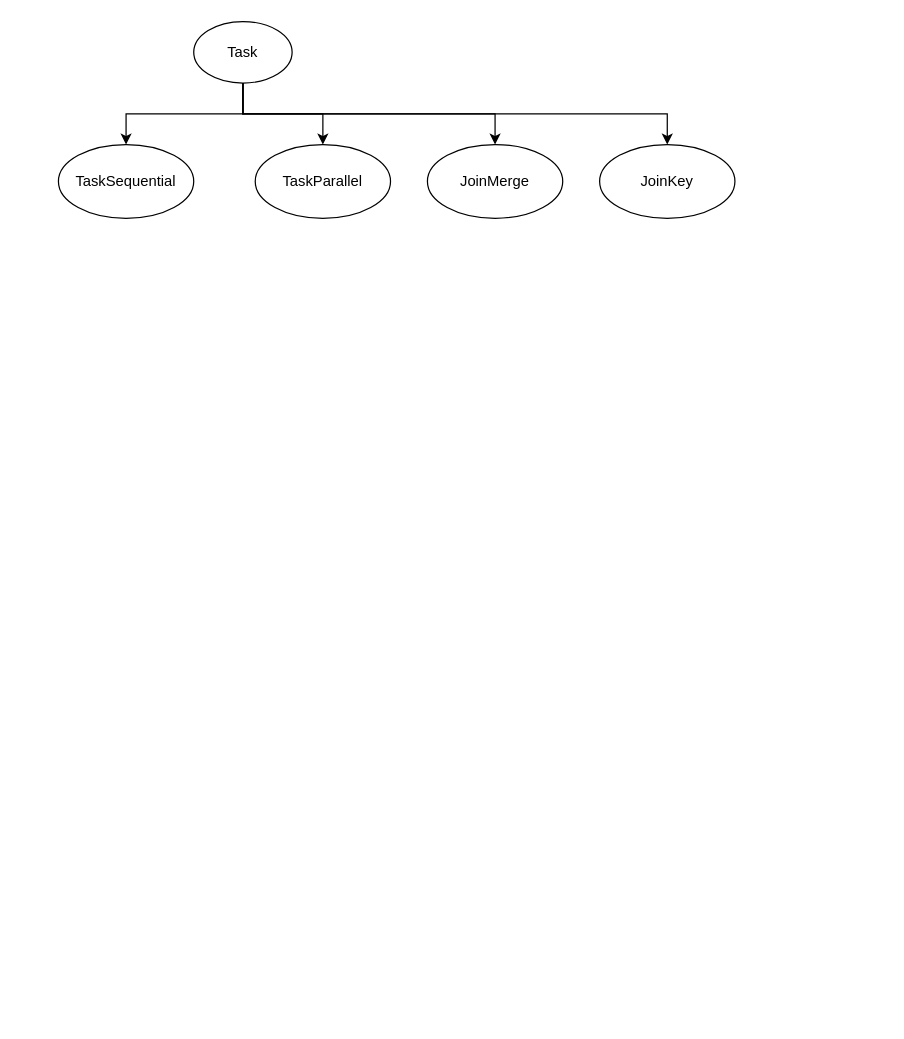
zhufuyin/draw keeps this draw.io diagram as qlbridge.drawio. Above is the earlier version. Source tidied: cells renumbered, new cells numbered last; positions are measured from the earlier drawing's top-left corner, leaving out a move shared by most shapes. Both pictures are drawn from the tidied source at 123%, with x=0, y=0 at pixel (58, 21).
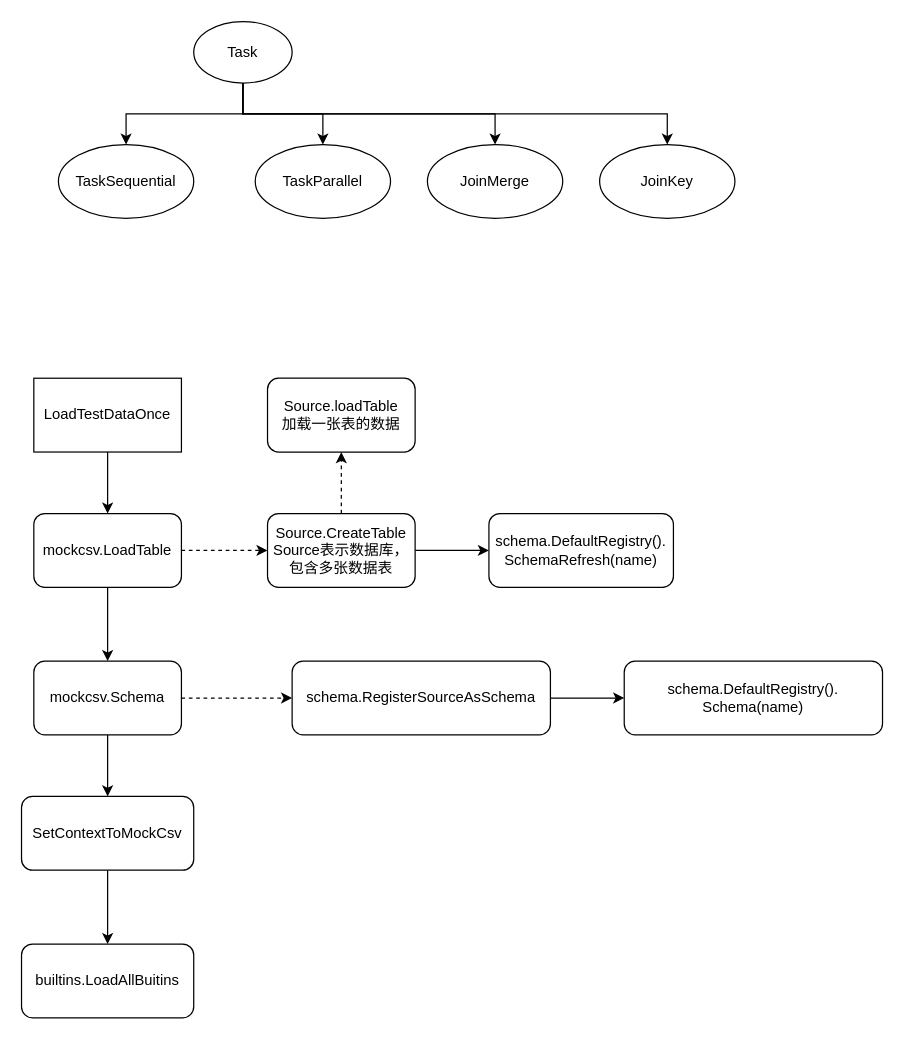
After the change.

Diff of the diagram source:
```diff
@@
+    <mxCell id="11" style="edgeStyle=orthogonalEdgeStyle;rounded=0;jettySize=auto;html=1;exitX=0.5;exitY=1;exitDx=0;exitDy=0;entryX=0.5;entryY=0;entryDx=0;entryDy=0;" parent="1" edge="1" source="12" target="15">
+      <mxGeometry relative="1" as="geometry" />
+    </mxCell>
+    <mxCell id="12" value="LoadTestDataOnce" style="rounded=0;whiteSpace=wrap;html=1;" parent="1" vertex="1">
+      <mxGeometry x="-20" y="290" width="120" height="60" as="geometry" />
+    </mxCell>
+    <mxCell id="13" style="edgeStyle=orthogonalEdgeStyle;rounded=0;jettySize=auto;html=1;exitX=0.5;exitY=1;exitDx=0;exitDy=0;entryX=0.5;entryY=0;entryDx=0;entryDy=0;" parent="1" edge="1" source="15" target="18">
+      <mxGeometry relative="1" as="geometry" />
+    </mxCell>
+    <mxCell id="14" style="edgeStyle=orthogonalEdgeStyle;rounded=0;jettySize=auto;html=1;exitX=1;exitY=0.5;exitDx=0;exitDy=0;entryX=0;entryY=0.5;entryDx=0;entryDy=0;dashed=1;" parent="1" edge="1" source="15" target="27">
+      <mxGeometry relative="1" as="geometry" />
+    </mxCell>
+    <mxCell id="15" value="mockcsv.LoadTable" style="rounded=1;whiteSpace=wrap;html=1;" parent="1" vertex="1">
+      <mxGeometry x="-20" y="400" width="120" height="60" as="geometry" />
+    </mxCell>
+    <mxCell id="16" style="edgeStyle=orthogonalEdgeStyle;rounded=0;jettySize=auto;html=1;exitX=0.5;exitY=1;exitDx=0;exitDy=0;entryX=0.5;entryY=0;entryDx=0;entryDy=0;" parent="1" edge="1" source="18" target="20">
+      <mxGeometry relative="1" as="geometry" />
+    </mxCell>
+    <mxCell id="17" style="edgeStyle=orthogonalEdgeStyle;rounded=0;jettySize=auto;html=1;exitX=1;exitY=0.5;exitDx=0;exitDy=0;entryX=0;entryY=0.5;entryDx=0;entryDy=0;dashed=1;" parent="1" edge="1" source="18" target="23">
+      <mxGeometry relative="1" as="geometry" />
+    </mxCell>
+    <mxCell id="18" value="mockcsv.Schema" style="rounded=1;whiteSpace=wrap;html=1;" parent="1" vertex="1">
+      <mxGeometry x="-20" y="520" width="120" height="60" as="geometry" />
+    </mxCell>
+    <mxCell id="19" style="edgeStyle=orthogonalEdgeStyle;rounded=0;jettySize=auto;html=1;exitX=0.5;exitY=1;exitDx=0;exitDy=0;" parent="1" edge="1" source="20" target="21">
+      <mxGeometry relative="1" as="geometry" />
+    </mxCell>
+    <mxCell id="20" value="SetContextToMockCsv" style="rounded=1;whiteSpace=wrap;html=1;" parent="1" vertex="1">
+      <mxGeometry x="-30" y="630" width="140" height="60" as="geometry" />
+    </mxCell>
+    <mxCell id="21" value="builtins.LoadAllBuitins" style="rounded=1;whiteSpace=wrap;html=1;" parent="1" vertex="1">
+      <mxGeometry x="-30" y="750" width="140" height="60" as="geometry" />
+    </mxCell>
+    <mxCell id="22" style="edgeStyle=orthogonalEdgeStyle;rounded=0;jettySize=auto;html=1;exitX=1;exitY=0.5;exitDx=0;exitDy=0;entryX=0;entryY=0.5;entryDx=0;entryDy=0;" parent="1" edge="1" source="23" target="24">
+      <mxGeometry relative="1" as="geometry" />
+    </mxCell>
+    <mxCell id="23" value="schema.RegisterSourceAsSchema" style="rounded=1;whiteSpace=wrap;html=1;" parent="1" vertex="1">
+      <mxGeometry x="190" y="520" width="210" height="60" as="geometry" />
+    </mxCell>
+    <mxCell id="24" value="schema.DefaultRegistry().&lt;br&gt;Schema(name)" style="rounded=1;whiteSpace=wrap;html=1;" parent="1" vertex="1">
+      <mxGeometry x="460" y="520" width="210" height="60" as="geometry" />
+    </mxCell>
+    <mxCell id="25" style="edgeStyle=orthogonalEdgeStyle;rounded=0;jettySize=auto;html=1;exitX=1;exitY=0.5;exitDx=0;exitDy=0;entryX=0;entryY=0.5;entryDx=0;entryDy=0;" parent="1" edge="1" source="27" target="28">
+      <mxGeometry relative="1" as="geometry" />
+    </mxCell>
+    <mxCell id="26" style="edgeStyle=orthogonalEdgeStyle;rounded=0;jettySize=auto;html=1;exitX=0.5;exitY=0;exitDx=0;exitDy=0;entryX=0.5;entryY=1;entryDx=0;entryDy=0;dashed=1;" parent="1" edge="1" source="27" target="29">
+      <mxGeometry relative="1" as="geometry" />
+    </mxCell>
+    <mxCell id="27" value="Source.CreateTable&lt;br&gt;Source表示数据库，包含多张数据表" style="rounded=1;whiteSpace=wrap;html=1;" parent="1" vertex="1">
+      <mxGeometry x="170" y="400" width="120" height="60" as="geometry" />
+    </mxCell>
+    <mxCell id="28" value="schema.DefaultRegistry().&lt;br&gt;SchemaRefresh(name)" style="rounded=1;whiteSpace=wrap;html=1;" parent="1" vertex="1">
+      <mxGeometry x="350" y="400" width="150" height="60" as="geometry" />
+    </mxCell>
+    <mxCell id="29" value="Source.loadTable&lt;br&gt;加载一张表的数据" style="rounded=1;whiteSpace=wrap;html=1;" parent="1" vertex="1">
+      <mxGeometry x="170" y="290" width="120" height="60" as="geometry" />
+    </mxCell>
```
